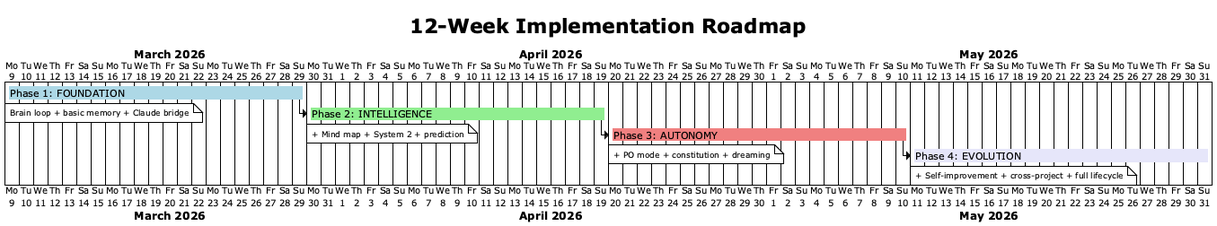
The PlantUML diagram diagrams/16-implementation-roadmap.png in mrrobotke/claudedev, before a commit. Source of this version:
```plantuml
@startgantt
!theme plain
skinparam backgroundColor #FFFFFF

title 12-Week Implementation Roadmap

Project starts 2026-03-09

[Phase 1: FOUNDATION] as [P1] lasts 21 days and is colored in LightBlue
note bottom
  Brain loop + basic memory + Claude bridge
end note

[Phase 2: INTELLIGENCE] as [P2] lasts 21 days and is colored in LightGreen
[P2] starts at [P1]'s end
note bottom
  + Mind map + System 2 + prediction
end note

[Phase 3: AUTONOMY] as [P3] lasts 21 days and is colored in LightCoral
[P3] starts at [P2]'s end
note bottom
  + PO mode + constitution + dreaming
end note

[Phase 4: EVOLUTION] as [P4] lasts 21 days and is colored in Lavender
[P4] starts at [P3]'s end
note bottom
  + Self-improvement + cross-project + full lifecycle
end note

@endgantt
```
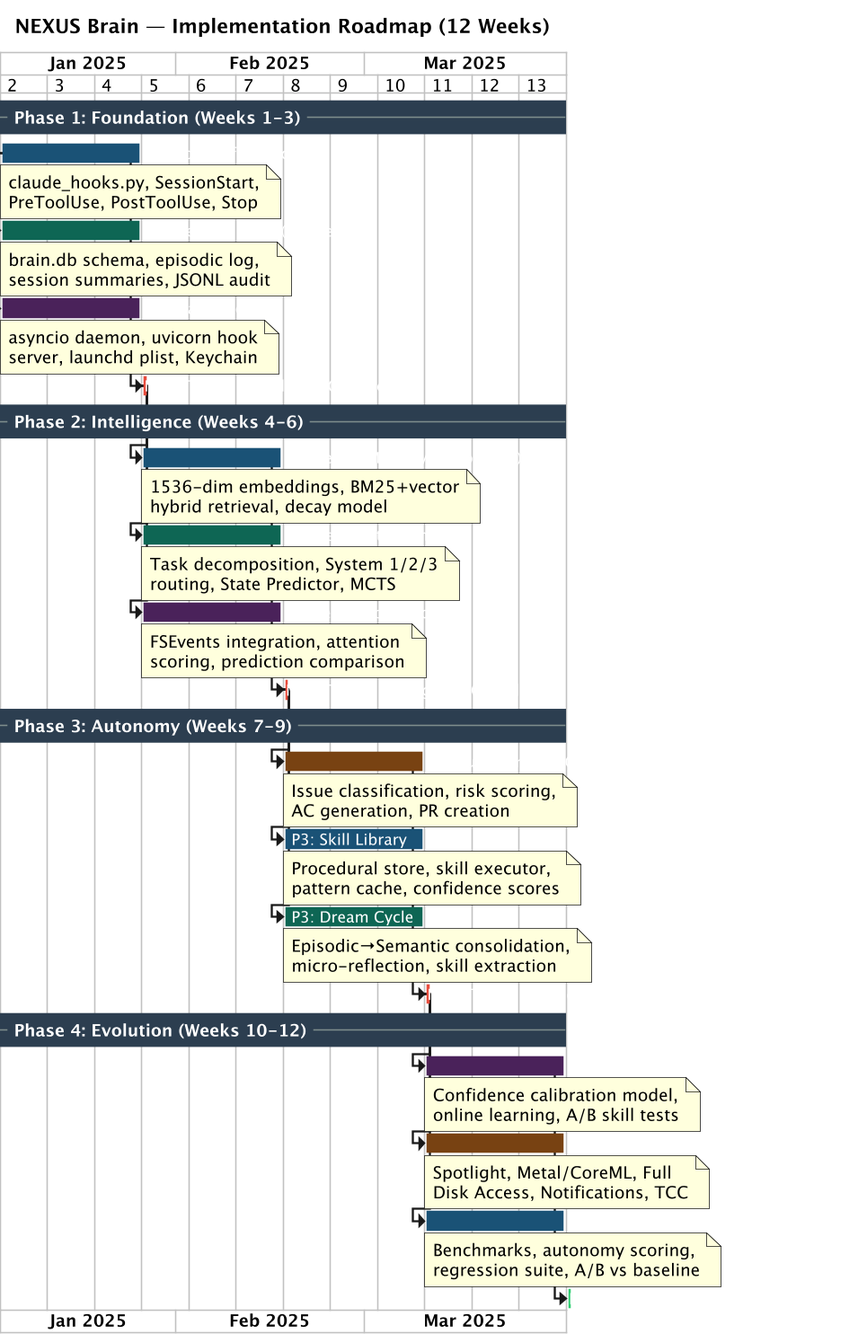
Above is the later version.

Change to the diagram source:
```diff
@@ -1,32 +1,153 @@
 @startgantt
-!theme plain
-skinparam backgroundColor #FFFFFF
+skinparam dpi 150
+skinparam defaultFontName "Segoe UI"
+skinparam defaultFontSize 12
 
-title 12-Week Implementation Roadmap
+<style>
+ganttDiagram {
+  task {
+    BackgroundColor #1A5276
+    LineColor #2980B9
+    FontColor #FFFFFF
+    FontSize 11
+  }
+  milestone {
+    BackgroundColor #E74C3C
+    LineColor #C0392B
+    FontColor #FFFFFF
+  }
+  separator {
+    BackgroundColor #2C3E50
+    LineColor #7F8C8D
+    FontColor #FFFFFF
+    FontSize 12
+    FontStyle bold
+  }
+}
+</style>
 
-Project starts 2026-03-09
+Project starts 2025-01-06
+printscale weekly
 
-[Phase 1: FOUNDATION] as [P1] lasts 21 days and is colored in LightBlue
+title NEXUS Brain — Implementation Roadmap (12 Weeks)
+
+-- Phase 1: Foundation (Weeks 1-3) --
+
+[P1: Hook Infrastructure] as [P1H] lasts 21 days
+[P1H] is colored in #1A5276
 note bottom
-  Brain loop + basic memory + Claude bridge
+  claude_hooks.py, SessionStart,
+  PreToolUse, PostToolUse, Stop
 end note
 
-[Phase 2: INTELLIGENCE] as [P2] lasts 21 days and is colored in LightGreen
-[P2] starts at [P1]'s end
+[P1: Memory Store (SQLite)] as [P1M] lasts 21 days
+[P1M] starts at [P1H]'s start
+[P1M] is colored in #0E6655
 note bottom
-  + Mind map + System 2 + prediction
+  brain.db schema, episodic log,
+  session summaries, JSONL audit
 end note
 
-[Phase 3: AUTONOMY] as [P3] lasts 21 days and is colored in LightCoral
-[P3] starts at [P2]'s end
+[P1: Brain Daemon] as [P1D] lasts 21 days
+[P1D] starts at [P1H]'s start
+[P1D] is colored in #4A235A
 note bottom
-  + PO mode + constitution + dreaming
+  asyncio daemon, uvicorn hook
+  server, launchd plist, Keychain
 end note
 
-[Phase 4: EVOLUTION] as [P4] lasts 21 days and is colored in Lavender
-[P4] starts at [P3]'s end
+[MILESTONE: Foundation Complete] as [M1] lasts 0 days
+[M1] starts at [P1H]'s end
+[M1] is colored in #E74C3C
+
+-- Phase 2: Intelligence (Weeks 4-6) --
+
+[P2: Vector Memory (ChromaDB)] as [P2V] lasts 21 days
+[P2V] starts at [M1]'s end
+[P2V] is colored in #1A5276
 note bottom
-  + Self-improvement + cross-project + full lifecycle
+  1536-dim embeddings, BM25+vector
+  hybrid retrieval, decay model
 end note
 
+[P2: Deliberation Engine] as [P2D] lasts 21 days
+[P2D] starts at [M1]'s end
+[P2D] is colored in #0E6655
+note bottom
+  Task decomposition, System 1/2/3
+  routing, State Predictor, MCTS
+end note
+
+[P2: Perception Module] as [P2P] lasts 21 days
+[P2P] starts at [M1]'s end
+[P2P] is colored in #4A235A
+note bottom
+  FSEvents integration, attention
+  scoring, prediction comparison
+end note
+
+[MILESTONE: Intelligence Complete] as [M2] lasts 0 days
+[M2] starts at [P2V]'s end
+[M2] is colored in #E74C3C
+
+-- Phase 3: Autonomy (Weeks 7-9) --
+
+[P3: Autonomous PO Agent] as [P3A] lasts 21 days
+[P3A] starts at [M2]'s end
+[P3A] is colored in #784212
+note bottom
+  Issue classification, risk scoring,
+  AC generation, PR creation
+end note
+
+[P3: Skill Library] as [P3S] lasts 21 days
+[P3S] starts at [M2]'s end
+[P3S] is colored in #1A5276
+note bottom
+  Procedural store, skill executor,
+  pattern cache, confidence scores
+end note
+
+[P3: Dream Cycle] as [P3DR] lasts 21 days
+[P3DR] starts at [M2]'s end
+[P3DR] is colored in #0E6655
+note bottom
+  Episodic→Semantic consolidation,
+  micro-reflection, skill extraction
+end note
+
+[MILESTONE: Autonomy Complete] as [M3] lasts 0 days
+[M3] starts at [P3A]'s end
+[M3] is colored in #E74C3C
+
+-- Phase 4: Evolution (Weeks 10-12) --
+
+[P4: Calibration & Learning] as [P4C] lasts 21 days
+[P4C] starts at [M3]'s end
+[P4C] is colored in #4A235A
+note bottom
+  Confidence calibration model,
+  online learning, A/B skill tests
+end note
+
+[P4: macOS Native Integration] as [P4N] lasts 21 days
+[P4N] starts at [M3]'s end
+[P4N] is colored in #784212
+note bottom
+  Spotlight, Metal/CoreML, Full
+  Disk Access, Notifications, TCC
+end note
+
+[P4: Compound Effect Validation] as [P4E] lasts 21 days
+[P4E] starts at [M3]'s end
+[P4E] is colored in #1A5276
+note bottom
+  Benchmarks, autonomy scoring,
+  regression suite, A/B vs baseline
+end note
+
+[MILESTONE: Evolution Complete — v1.0] as [M4] lasts 0 days
+[M4] starts at [P4C]'s end
+[M4] is colored in #2ECC71
+
 @endgantt
```
